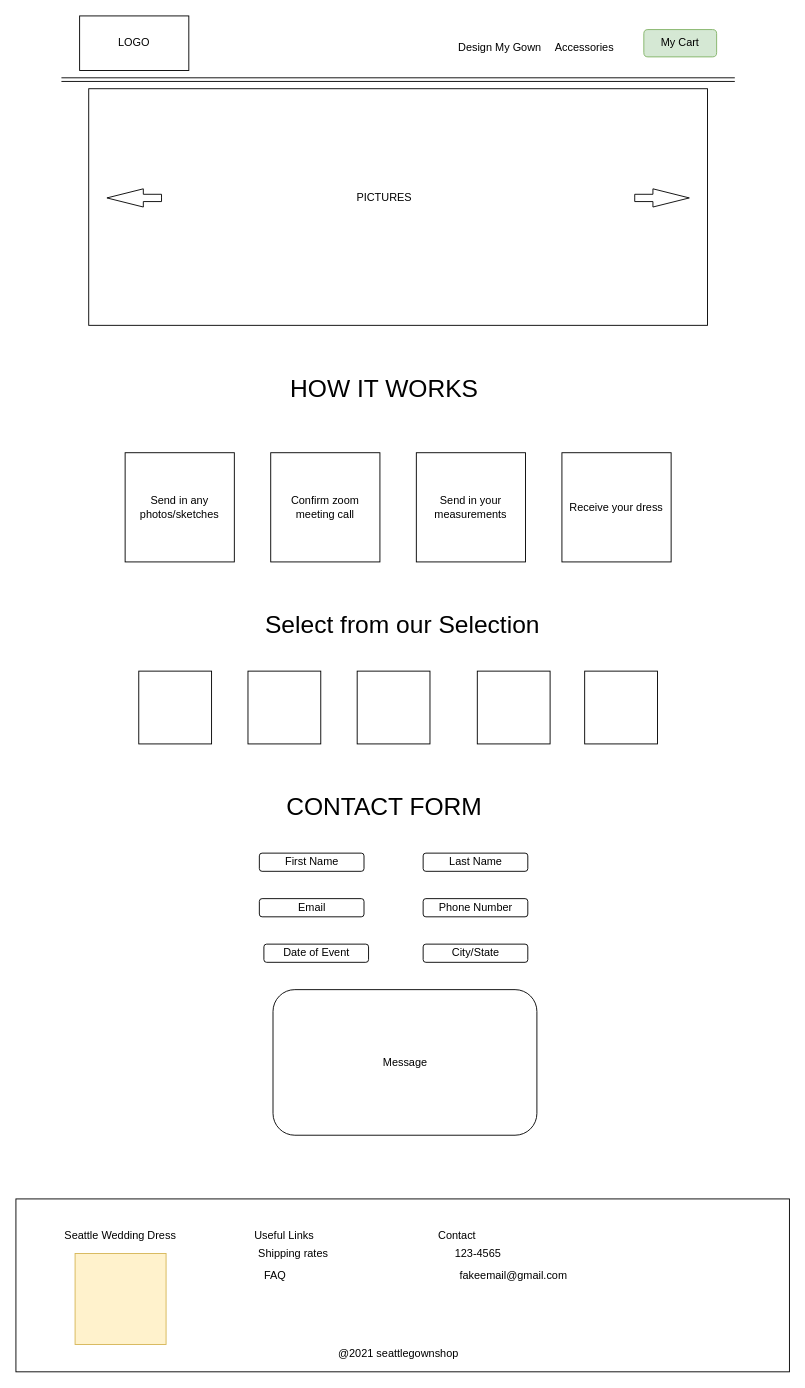
The draw.io diagram Untitled Diagram.drawio in firshta2016/ghezaalgowns-ecommerce, before the edit. Source tidied: cells renumbered, new cells numbered last; positions are measured from the earlier drawing's top-left corner, leaving out a move shared by most shapes. Both pictures are drawn from the tidied source at 91%, with x=0, y=0 at pixel (15, 15).
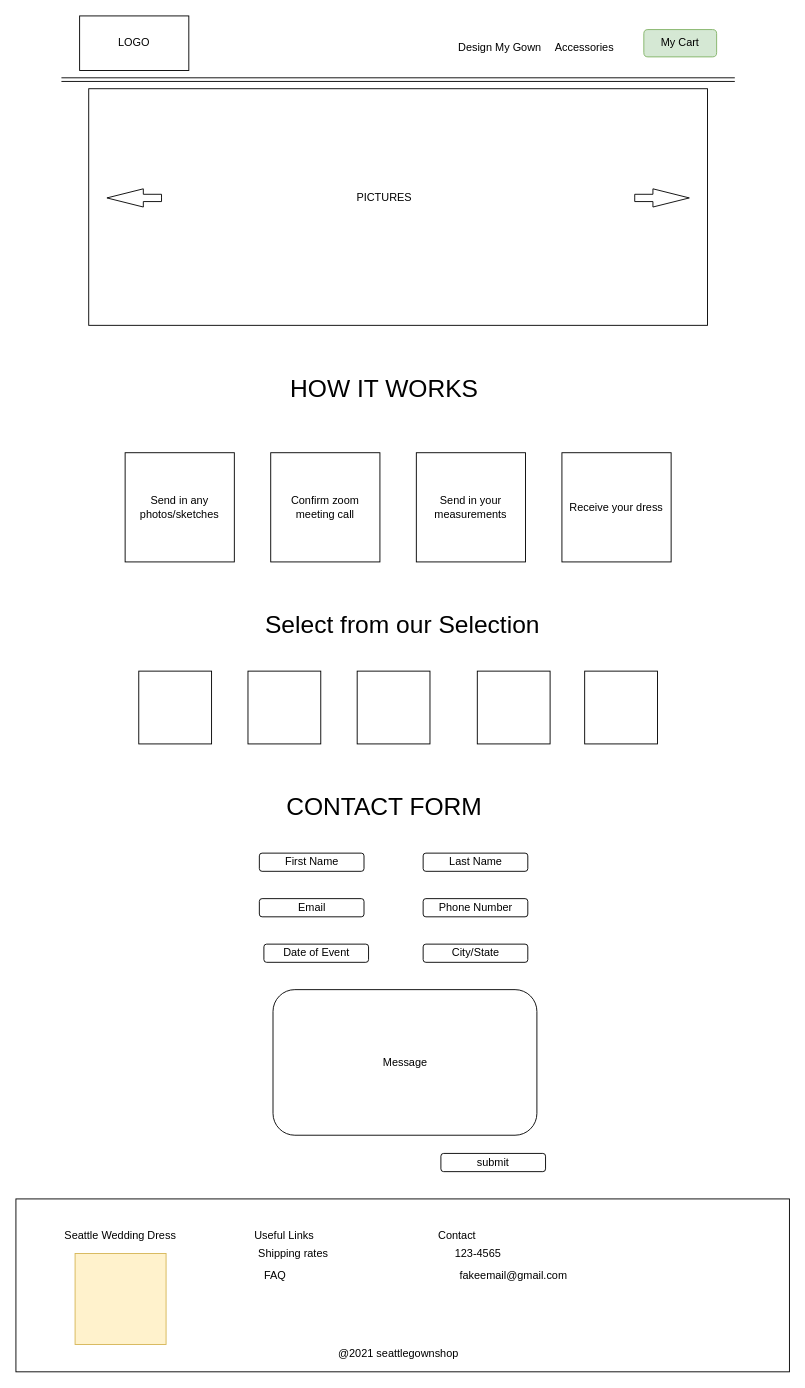
The same page after the edit.

Commit message (it also covers changes not shown here):
seattlegownshop wireframe

The edit, as a diff of the source:
```diff
@@
+    <mxCell id="40" value="submit" style="rounded=1;whiteSpace=wrap;html=1;" parent="1" vertex="1">
+      <mxGeometry x="467" y="1250" width="115" height="20" as="geometry" />
+    </mxCell>
```
